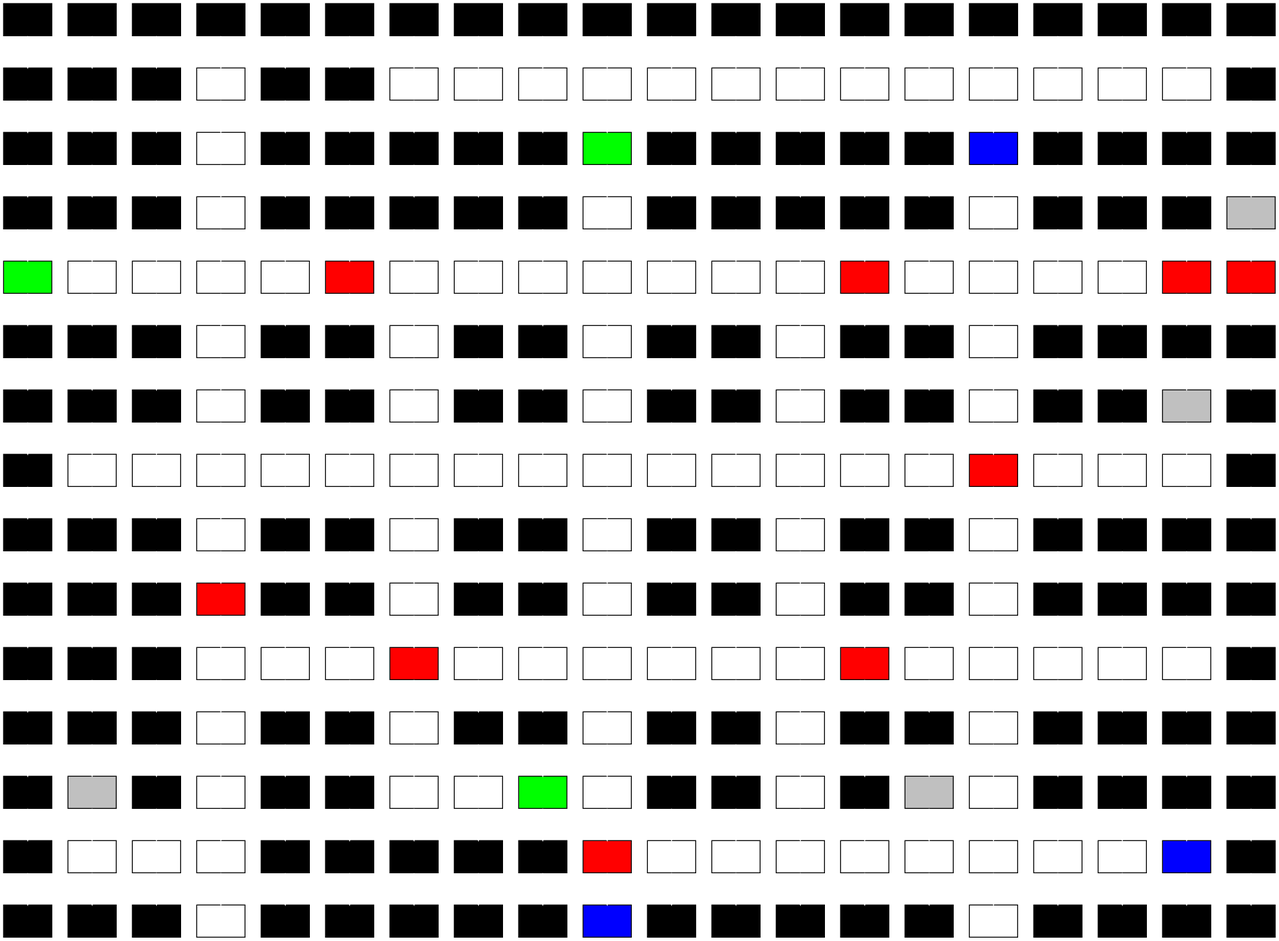
This is grafica.png from RamiroTelles/IPC2_Proyecto2_202010044, a Graphviz export, as it was before one commit. Its source is kept beside it as grafica.dot.
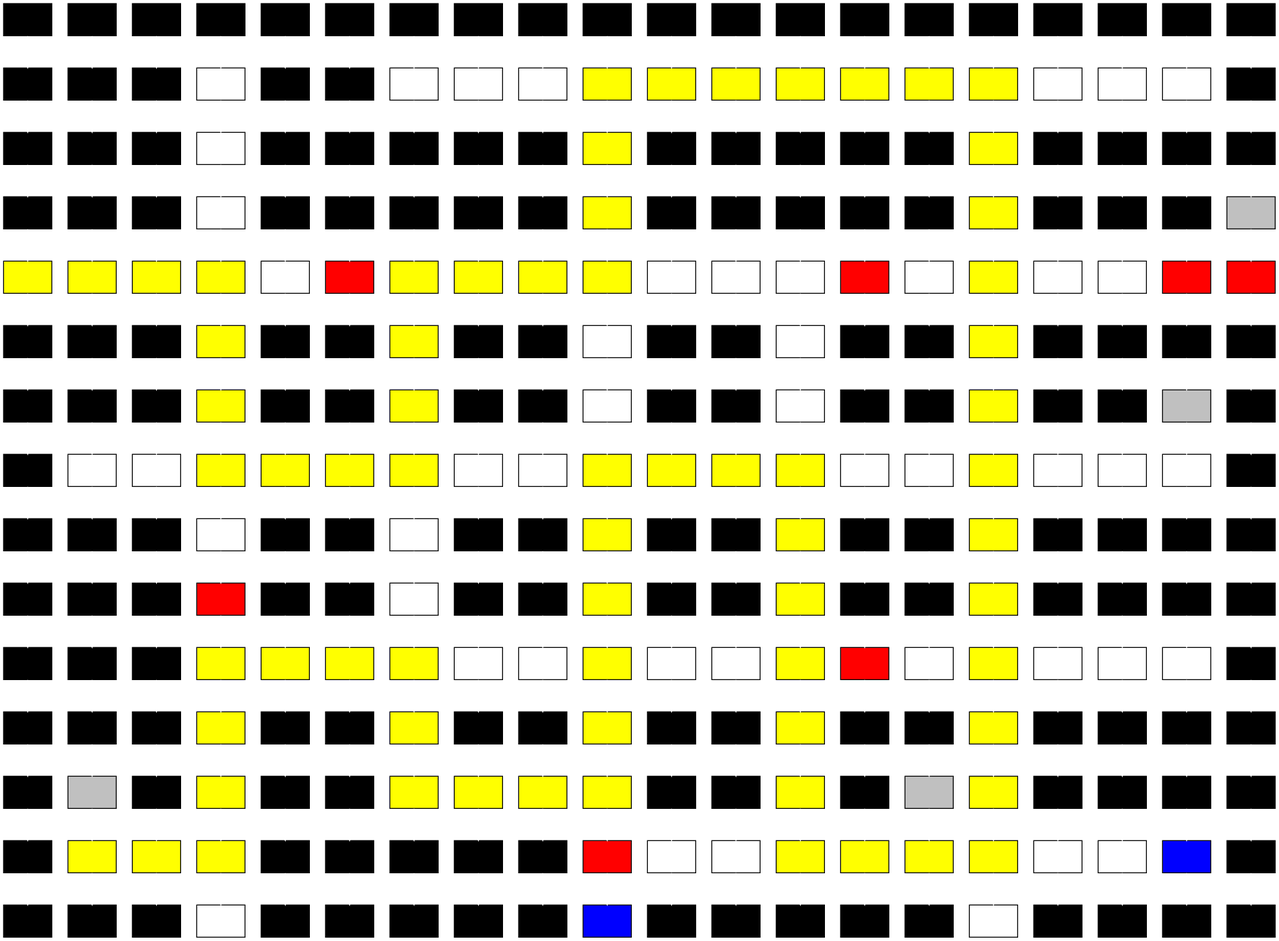
Later version of the same file.

Change to the diagram source:
```diff
@@ -35,13 +35,13 @@
 nodo1_6[label="", group=6, fillcolor=white]
 nodo1_7[label="", group=7, fillcolor=white]
 nodo1_8[label="", group=8, fillcolor=white]
-nodo1_9[label="", group=9, fillcolor=white]
-nodo1_10[label="", group=10, fillcolor=white]
-nodo1_11[label="", group=11, fillcolor=white]
-nodo1_12[label="", group=12, fillcolor=white]
-nodo1_13[label="", group=13, fillcolor=white]
-nodo1_14[label="", group=14, fillcolor=white]
-nodo1_15[label="", group=15, fillcolor=white]
+nodo1_9[label="", group=9, fillcolor=yellow]
+nodo1_10[label="", group=10, fillcolor=yellow]
+nodo1_11[label="", group=11, fillcolor=yellow]
+nodo1_12[label="", group=12, fillcolor=yellow]
+nodo1_13[label="", group=13, fillcolor=yellow]
+nodo1_14[label="", group=14, fillcolor=yellow]
+nodo1_15[label="", group=15, fillcolor=yellow]
 nodo1_16[label="", group=16, fillcolor=white]
 nodo1_17[label="", group=17, fillcolor=white]
 nodo1_18[label="", group=18, fillcolor=white]
@@ -57,13 +57,13 @@
 nodo2_6[label="", group=6, fillcolor=black]
 nodo2_7[label="", group=7, fillcolor=black]
 nodo2_8[label="", group=8, fillcolor=black]
-nodo2_9[label="", group=9, fillcolor=green]
+nodo2_9[label="", group=9, fillcolor=yellow]
 nodo2_10[label="", group=10, fillcolor=black]
 nodo2_11[label="", group=11, fillcolor=black]
 nodo2_12[label="", group=12, fillcolor=black]
 nodo2_13[label="", group=13, fillcolor=black]
 nodo2_14[label="", group=14, fillcolor=black]
-nodo2_15[label="", group=15, fillcolor=blue]
+nodo2_15[label="", group=15, fillcolor=yellow]
 nodo2_16[label="", group=16, fillcolor=black]
 nodo2_17[label="", group=17, fillcolor=black]
 nodo2_18[label="", group=18, fillcolor=black]
@@ -79,35 +79,35 @@
 nodo3_6[label="", group=6, fillcolor=black]
 nodo3_7[label="", group=7, fillcolor=black]
 nodo3_8[label="", group=8, fillcolor=black]
-nodo3_9[label="", group=9, fillcolor=white]
+nodo3_9[label="", group=9, fillcolor=yellow]
 nodo3_10[label="", group=10, fillcolor=black]
 nodo3_11[label="", group=11, fillcolor=black]
 nodo3_12[label="", group=12, fillcolor=black]
 nodo3_13[label="", group=13, fillcolor=black]
 nodo3_14[label="", group=14, fillcolor=black]
-nodo3_15[label="", group=15, fillcolor=white]
+nodo3_15[label="", group=15, fillcolor=yellow]
 nodo3_16[label="", group=16, fillcolor=black]
 nodo3_17[label="", group=17, fillcolor=black]
 nodo3_18[label="", group=18, fillcolor=black]
 nodo3_19[label="", group=19, fillcolor=gray]
 
 
-nodo4_0[label="", group=0, fillcolor=green]
-nodo4_1[label="", group=1, fillcolor=white]
-nodo4_2[label="", group=2, fillcolor=white]
-nodo4_3[label="", group=3, fillcolor=white]
+nodo4_0[label="", group=0, fillcolor=yellow]
+nodo4_1[label="", group=1, fillcolor=yellow]
+nodo4_2[label="", group=2, fillcolor=yellow]
+nodo4_3[label="", group=3, fillcolor=yellow]
 nodo4_4[label="", group=4, fillcolor=white]
 nodo4_5[label="", group=5, fillcolor=red]
-nodo4_6[label="", group=6, fillcolor=white]
-nodo4_7[label="", group=7, fillcolor=white]
-nodo4_8[label="", group=8, fillcolor=white]
-nodo4_9[label="", group=9, fillcolor=white]
+nodo4_6[label="", group=6, fillcolor=yellow]
+nodo4_7[label="", group=7, fillcolor=yellow]
+nodo4_8[label="", group=8, fillcolor=yellow]
+nodo4_9[label="", group=9, fillcolor=yellow]
 nodo4_10[label="", group=10, fillcolor=white]
 nodo4_11[label="", group=11, fillcolor=white]
 nodo4_12[label="", group=12, fillcolor=white]
 nodo4_13[label="", group=13, fillcolor=red]
 nodo4_14[label="", group=14, fillcolor=white]
-nodo4_15[label="", group=15, fillcolor=white]
+nodo4_15[label="", group=15, fillcolor=yellow]
 nodo4_16[label="", group=16, fillcolor=white]
 nodo4_17[label="", group=17, fillcolor=white]
 nodo4_18[label="", group=18, fillcolor=red]
@@ -117,10 +117,10 @@
 nodo5_0[label="", group=0, fillcolor=black]
 nodo5_1[label="", group=1, fillcolor=black]
 nodo5_2[label="", group=2, fillcolor=black]
-nodo5_3[label="", group=3, fillcolor=white]
+nodo5_3[label="", group=3, fillcolor=yellow]
 nodo5_4[label="", group=4, fillcolor=black]
 nodo5_5[label="", group=5, fillcolor=black]
-nodo5_6[label="", group=6, fillcolor=white]
+nodo5_6[label="", group=6, fillcolor=yellow]
 nodo5_7[label="", group=7, fillcolor=black]
 nodo5_8[label="", group=8, fillcolor=black]
 nodo5_9[label="", group=9, fillcolor=white]
@@ -129,7 +129,7 @@
 nodo5_12[label="", group=12, fillcolor=white]
 nodo5_13[label="", group=13, fillcolor=black]
 nodo5_14[label="", group=14, fillcolor=black]
-nodo5_15[label="", group=15, fillcolor=white]
+nodo5_15[label="", group=15, fillcolor=yellow]
 nodo5_16[label="", group=16, fillcolor=black]
 nodo5_17[label="", group=17, fillcolor=black]
 nodo5_18[label="", group=18, fillcolor=black]
@@ -139,10 +139,10 @@
 nodo6_0[label="", group=0, fillcolor=black]
 nodo6_1[label="", group=1, fillcolor=black]
 nodo6_2[label="", group=2, fillcolor=black]
-nodo6_3[label="", group=3, fillcolor=white]
+nodo6_3[label="", group=3, fillcolor=yellow]
 nodo6_4[label="", group=4, fillcolor=black]
 nodo6_5[label="", group=5, fillcolor=black]
-nodo6_6[label="", group=6, fillcolor=white]
+nodo6_6[label="", group=6, fillcolor=yellow]
 nodo6_7[label="", group=7, fillcolor=black]
 nodo6_8[label="", group=8, fillcolor=black]
 nodo6_9[label="", group=9, fillcolor=white]
@@ -151,7 +151,7 @@
 nodo6_12[label="", group=12, fillcolor=white]
 nodo6_13[label="", group=13, fillcolor=black]
 nodo6_14[label="", group=14, fillcolor=black]
-nodo6_15[label="", group=15, fillcolor=white]
+nodo6_15[label="", group=15, fillcolor=yellow]
 nodo6_16[label="", group=16, fillcolor=black]
 nodo6_17[label="", group=17, fillcolor=black]
 nodo6_18[label="", group=18, fillcolor=gray]
@@ -161,19 +161,19 @@
 nodo7_0[label="", group=0, fillcolor=black]
 nodo7_1[label="", group=1, fillcolor=white]
 nodo7_2[label="", group=2, fillcolor=white]
-nodo7_3[label="", group=3, fillcolor=white]
-nodo7_4[label="", group=4, fillcolor=white]
-nodo7_5[label="", group=5, fillcolor=white]
-nodo7_6[label="", group=6, fillcolor=white]
+nodo7_3[label="", group=3, fillcolor=yellow]
+nodo7_4[label="", group=4, fillcolor=yellow]
+nodo7_5[label="", group=5, fillcolor=yellow]
+nodo7_6[label="", group=6, fillcolor=yellow]
 nodo7_7[label="", group=7, fillcolor=white]
 nodo7_8[label="", group=8, fillcolor=white]
-nodo7_9[label="", group=9, fillcolor=white]
-nodo7_10[label="", group=10, fillcolor=white]
-nodo7_11[label="", group=11, fillcolor=white]
-nodo7_12[label="", group=12, fillcolor=white]
+nodo7_9[label="", group=9, fillcolor=yellow]
+nodo7_10[label="", group=10, fillcolor=yellow]
+nodo7_11[label="", group=11, fillcolor=yellow]
+nodo7_12[label="", group=12, fillcolor=yellow]
 nodo7_13[label="", group=13, fillcolor=white]
 nodo7_14[label="", group=14, fillcolor=white]
-nodo7_15[label="", group=15, fillcolor=red]
+nodo7_15[label="", group=15, fillcolor=yellow]
 nodo7_16[label="", group=16, fillcolor=white]
 nodo7_17[label="", group=17, fillcolor=white]
 nodo7_18[label="", group=18, fillcolor=white]
@@ -189,13 +189,13 @@
 nodo8_6[label="", group=6, fillcolor=white]
 nodo8_7[label="", group=7, fillcolor=black]
 nodo8_8[label="", group=8, fillcolor=black]
-nodo8_9[label="", group=9, fillcolor=white]
+nodo8_9[label="", group=9, fillcolor=yellow]
 nodo8_10[label="", group=10, fillcolor=black]
 nodo8_11[label="", group=11, fillcolor=black]
-nodo8_12[label="", group=12, fillcolor=white]
+nodo8_12[label="", group=12, fillcolor=yellow]
 nodo8_13[label="", group=13, fillcolor=black]
 nodo8_14[label="", group=14, fillcolor=black]
-nodo8_15[label="", group=15, fillcolor=white]
+nodo8_15[label="", group=15, fillcolor=yellow]
 nodo8_16[label="", group=16, fillcolor=black]
 nodo8_17[label="", group=17, fillcolor=black]
 nodo8_18[label="", group=18, fillcolor=black]
@@ -211,13 +211,13 @@
 nodo9_6[label="", group=6, fillcolor=white]
 nodo9_7[label="", group=7, fillcolor=black]
 nodo9_8[label="", group=8, fillcolor=black]
-nodo9_9[label="", group=9, fillcolor=white]
+nodo9_9[label="", group=9, fillcolor=yellow]
 nodo9_10[label="", group=10, fillcolor=black]
 nodo9_11[label="", group=11, fillcolor=black]
-nodo9_12[label="", group=12, fillcolor=white]
+nodo9_12[label="", group=12, fillcolor=yellow]
 nodo9_13[label="", group=13, fillcolor=black]
 nodo9_14[label="", group=14, fillcolor=black]
-nodo9_15[label="", group=15, fillcolor=white]
+nodo9_15[label="", group=15, fillcolor=yellow]
 nodo9_16[label="", group=16, fillcolor=black]
 nodo9_17[label="", group=17, fillcolor=black]
 nodo9_18[label="", group=18, fillcolor=black]
@@ -227,19 +227,19 @@
 nodo10_0[label="", group=0, fillcolor=black]
 nodo10_1[label="", group=1, fillcolor=black]
 nodo10_2[label="", group=2, fillcolor=black]
-nodo10_3[label="", group=3, fillcolor=white]
-nodo10_4[label="", group=4, fillcolor=white]
-nodo10_5[label="", group=5, fillcolor=white]
-nodo10_6[label="", group=6, fillcolor=red]
+nodo10_3[label="", group=3, fillcolor=yellow]
+nodo10_4[label="", group=4, fillcolor=yellow]
+nodo10_5[label="", group=5, fillcolor=yellow]
+nodo10_6[label="", group=6, fillcolor=yellow]
 nodo10_7[label="", group=7, fillcolor=white]
 nodo10_8[label="", group=8, fillcolor=white]
-nodo10_9[label="", group=9, fillcolor=white]
+nodo10_9[label="", group=9, fillcolor=yellow]
 nodo10_10[label="", group=10, fillcolor=white]
 nodo10_11[label="", group=11, fillcolor=white]
-nodo10_12[label="", group=12, fillcolor=white]
+nodo10_12[label="", group=12, fillcolor=yellow]
 nodo10_13[label="", group=13, fillcolor=red]
 nodo10_14[label="", group=14, fillcolor=white]
-nodo10_15[label="", group=15, fillcolor=white]
+nodo10_15[label="", group=15, fillcolor=yellow]
 nodo10_16[label="", group=16, fillcolor=white]
 nodo10_17[label="", group=17, fillcolor=white]
 nodo10_18[label="", group=18, fillcolor=white]
@@ -249,19 +249,19 @@
 nodo11_0[label="", group=0, fillcolor=black]
 nodo11_1[label="", group=1, fillcolor=black]
 nodo11_2[label="", group=2, fillcolor=black]
-nodo11_3[label="", group=3, fillcolor=white]
+nodo11_3[label="", group=3, fillcolor=yellow]
 nodo11_4[label="", group=4, fillcolor=black]
 nodo11_5[label="", group=5, fillcolor=black]
-nodo11_6[label="", group=6, fillcolor=white]
+nodo11_6[label="", group=6, fillcolor=yellow]
 nodo11_7[label="", group=7, fillcolor=black]
 nodo11_8[label="", group=8, fillcolor=black]
-nodo11_9[label="", group=9, fillcolor=white]
+nodo11_9[label="", group=9, fillcolor=yellow]
 nodo11_10[label="", group=10, fillcolor=black]
 nodo11_11[label="", group=11, fillcolor=black]
-nodo11_12[label="", group=12, fillcolor=white]
+nodo11_12[label="", group=12, fillcolor=yellow]
 nodo11_13[label="", group=13, fillcolor=black]
 nodo11_14[label="", group=14, fillcolor=black]
-nodo11_15[label="", group=15, fillcolor=white]
+nodo11_15[label="", group=15, fillcolor=yellow]
 nodo11_16[label="", group=16, fillcolor=black]
 nodo11_17[label="", group=17, fillcolor=black]
 nodo11_18[label="", group=18, fillcolor=black]
@@ -271,19 +271,19 @@
 nodo12_0[label="", group=0, fillcolor=black]
 nodo12_1[label="", group=1, fillcolor=gray]
 nodo12_2[label="", group=2, fillcolor=black]
-nodo12_3[label="", group=3, fillcolor=white]
+nodo12_3[label="", group=3, fillcolor=yellow]
 nodo12_4[label="", group=4, fillcolor=black]
 nodo12_5[label="", group=5, fillcolor=black]
-nodo12_6[label="", group=6, fillcolor=white]
-nodo12_7[label="", group=7, fillcolor=white]
-nodo12_8[label="", group=8, fillcolor=green]
-nodo12_9[label="", group=9, fillcolor=white]
+nodo12_6[label="", group=6, fillcolor=yellow]
+nodo12_7[label="", group=7, fillcolor=yellow]
+nodo12_8[label="", group=8, fillcolor=yellow]
+nodo12_9[label="", group=9, fillcolor=yellow]
 nodo12_10[label="", group=10, fillcolor=black]
 nodo12_11[label="", group=11, fillcolor=black]
-nodo12_12[label="", group=12, fillcolor=white]
+nodo12_12[label="", group=12, fillcolor=yellow]
 nodo12_13[label="", group=13, fillcolor=black]
 nodo12_14[label="", group=14, fillcolor=gray]
-nodo12_15[label="", group=15, fillcolor=white]
+nodo12_15[label="", group=15, fillcolor=yellow]
 nodo12_16[label="", group=16, fillcolor=black]
 nodo12_17[label="", group=17, fillcolor=black]
 nodo12_18[label="", group=18, fillcolor=black]
@@ -291,9 +291,9 @@
 
 
 nodo13_0[label="", group=0, fillcolor=black]
-nodo13_1[label="", group=1, fillcolor=white]
-nodo13_2[label="", group=2, fillcolor=white]
-nodo13_3[label="", group=3, fillcolor=white]
+nodo13_1[label="", group=1, fillcolor=yellow]
+nodo13_2[label="", group=2, fillcolor=yellow]
+nodo13_3[label="", group=3, fillcolor=yellow]
 nodo13_4[label="", group=4, fillcolor=black]
 nodo13_5[label="", group=5, fillcolor=black]
 nodo13_6[label="", group=6, fillcolor=black]
@@ -302,10 +302,10 @@
 nodo13_9[label="", group=9, fillcolor=red]
 nodo13_10[label="", group=10, fillcolor=white]
 nodo13_11[label="", group=11, fillcolor=white]
-nodo13_12[label="", group=12, fillcolor=white]
-nodo13_13[label="", group=13, fillcolor=white]
-nodo13_14[label="", group=14, fillcolor=white]
-nodo13_15[label="", group=15, fillcolor=white]
+nodo13_12[label="", group=12, fillcolor=yellow]
+nodo13_13[label="", group=13, fillcolor=yellow]
+nodo13_14[label="", group=14, fillcolor=yellow]
+nodo13_15[label="", group=15, fillcolor=yellow]
 nodo13_16[label="", group=16, fillcolor=white]
 nodo13_17[label="", group=17, fillcolor=white]
 nodo13_18[label="", group=18, fillcolor=blue]
```
